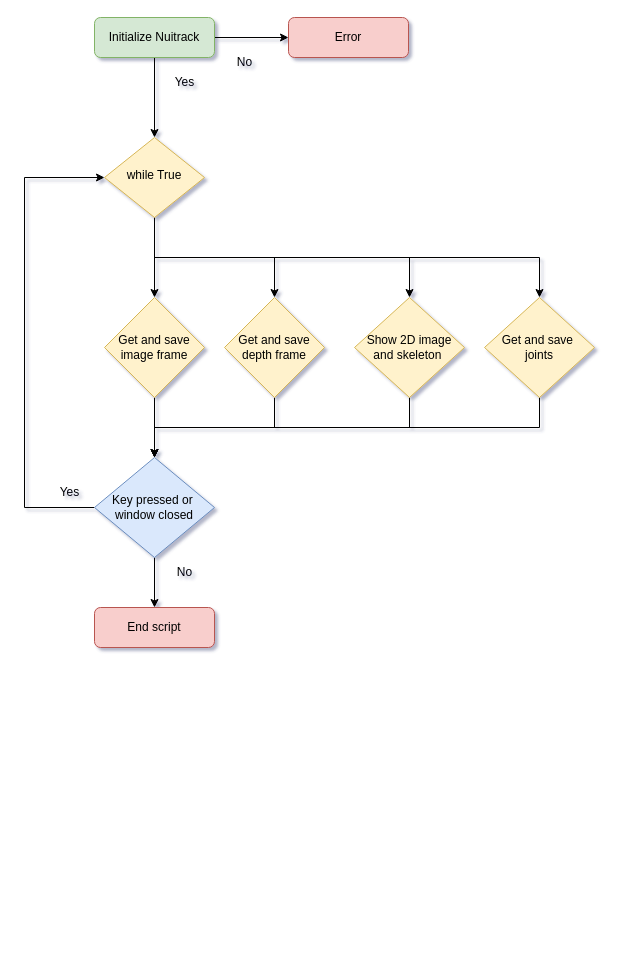
Above: diagrams/nuitrack_3D.drawio in talhabasit/pointclouds (draw.io), before the change. Source tidied: cells renumbered, new cells numbered last; positions are measured from the earlier drawing's top-left corner, leaving out a move shared by most shapes. Both pictures are drawn from the tidied source at 100%, with x=0, y=0 at pixel (24, 17).
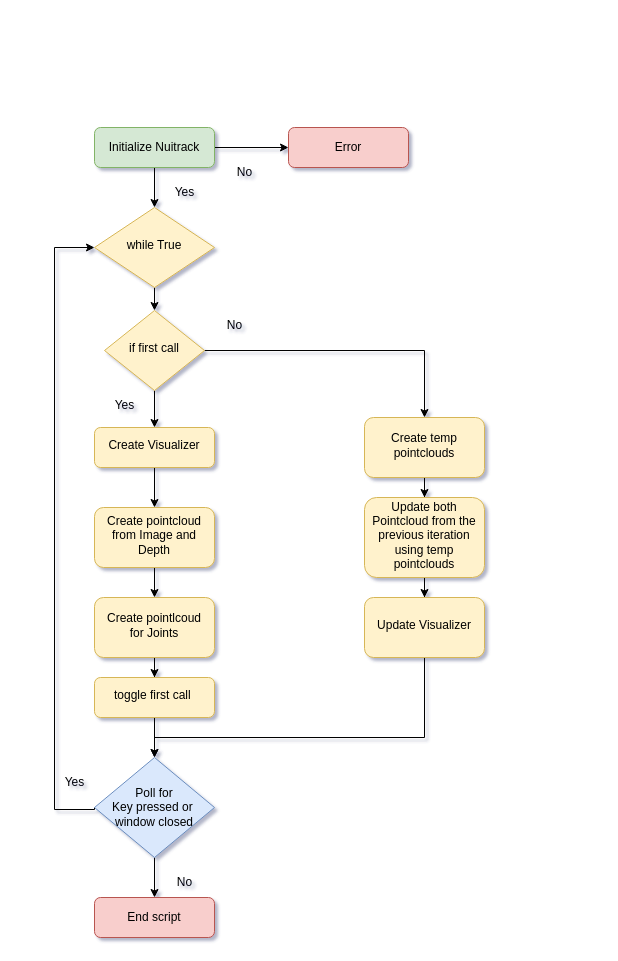
The same diagram, later.

The edit, as a diff of the source:
```diff
@@
-    <mxCell id="2" style="edgeStyle=orthogonalEdgeStyle;rounded=0;jettySize=auto;html=1;exitX=0.5;exitY=1;exitDx=0;exitDy=0;entryX=0.5;entryY=0;entryDx=0;entryDy=0;" parent="1" edge="1" source="4" target="9">
-      <mxGeometry relative="1" as="geometry" />
-    </mxCell>
@@
+    <mxCell id="27" style="edgeStyle=orthogonalEdgeStyle;rounded=0;jettySize=auto;html=1;exitX=0.5;exitY=1;exitDx=0;exitDy=0;entryX=0.5;entryY=0;entryDx=0;entryDy=0;" parent="1" edge="1" source="4" target="36">
+      <mxGeometry relative="1" as="geometry" />
+    </mxCell>
     <mxCell id="4" value="Initialize Nuitrack" style="rounded=1;whiteSpace=wrap;html=1;fontSize=12;glass=0;strokeWidth=1;shadow=0;fillColor=#d5e8d4;strokeColor=#82b366;" parent="1" vertex="1">
-      <mxGeometry x="70" width="120" height="40" as="geometry" />
+      <mxGeometry x="70" y="110" width="120" height="40" as="geometry" />
     </mxCell>
-    <mxCell id="5" style="edgeStyle=orthogonalEdgeStyle;rounded=0;jettySize=auto;html=1;exitX=0.5;exitY=1;exitDx=0;exitDy=0;entryX=0.5;entryY=0;entryDx=0;entryDy=0;" parent="1" edge="1" source="9" target="11">
-      <mxGeometry relative="1" as="geometry" />
-    </mxCell>
-    <mxCell id="6" style="edgeStyle=orthogonalEdgeStyle;rounded=0;jettySize=auto;html=1;exitX=0.5;exitY=1;exitDx=0;exitDy=0;entryX=0.5;entryY=0;entryDx=0;entryDy=0;" parent="1" edge="1" source="9" target="13">
-      <mxGeometry relative="1" as="geometry" />
-    </mxCell>
-    <mxCell id="7" style="edgeStyle=orthogonalEdgeStyle;rounded=0;jettySize=auto;html=1;exitX=0.5;exitY=1;exitDx=0;exitDy=0;entryX=0.5;entryY=0;entryDx=0;entryDy=0;" parent="1" edge="1" source="9" target="15">
-      <mxGeometry relative="1" as="geometry" />
-    </mxCell>
-    <mxCell id="8" style="edgeStyle=orthogonalEdgeStyle;rounded=0;jettySize=auto;html=1;exitX=0.5;exitY=1;exitDx=0;exitDy=0;entryX=0.5;entryY=0;entryDx=0;entryDy=0;" parent="1" edge="1" source="9" target="17">
-      <mxGeometry relative="1" as="geometry" />
-    </mxCell>
+    <mxCell id="28" style="edgeStyle=orthogonalEdgeStyle;rounded=0;jettySize=auto;html=1;" parent="1" edge="1" source="9" target="38">
+      <mxGeometry relative="1" as="geometry" />
+    </mxCell>
+    <mxCell id="29" style="edgeStyle=orthogonalEdgeStyle;rounded=0;jettySize=auto;html=1;exitX=1;exitY=0.5;exitDx=0;exitDy=0;entryX=0.5;entryY=0;entryDx=0;entryDy=0;" parent="1" edge="1" source="9" target="40">
+      <mxGeometry relative="1" as="geometry" />
+    </mxCell>
-    <mxCell id="9" value="while True" style="rhombus;whiteSpace=wrap;html=1;shadow=0;fontFamily=Helvetica;fontSize=12;align=center;strokeWidth=1;spacing=6;spacingTop=-4;fillColor=#fff2cc;strokeColor=#d6b656;" parent="1" vertex="1">
-      <mxGeometry x="80" y="120" width="100" height="80" as="geometry" />
+    <mxCell id="9" value="if first call" style="rhombus;whiteSpace=wrap;html=1;shadow=0;fontFamily=Helvetica;fontSize=12;align=center;strokeWidth=1;spacing=6;spacingTop=-4;fillColor=#fff2cc;strokeColor=#d6b656;" parent="1" vertex="1">
+      <mxGeometry x="80" y="293" width="100" height="80" as="geometry" />
     </mxCell>
-    <mxCell id="10" style="edgeStyle=orthogonalEdgeStyle;rounded=0;jettySize=auto;html=1;exitX=0.5;exitY=1;exitDx=0;exitDy=0;entryX=0.5;entryY=0;entryDx=0;entryDy=0;" parent="1" edge="1" source="11" target="20">
-      <mxGeometry relative="1" as="geometry" />
-    </mxCell>
-    <mxCell id="11" value="Get and save image frame" style="rhombus;whiteSpace=wrap;html=1;fillColor=#fff2cc;strokeColor=#d6b656;" parent="1" vertex="1">
-      <mxGeometry x="80" y="280" width="100" height="100" as="geometry" />
-    </mxCell>
-    <mxCell id="12" style="edgeStyle=orthogonalEdgeStyle;rounded=0;jettySize=auto;html=1;exitX=0.5;exitY=1;exitDx=0;exitDy=0;" parent="1" edge="1" source="13" target="20">
-      <mxGeometry relative="1" as="geometry" />
-    </mxCell>
-    <mxCell id="13" value="Get and save depth frame" style="rhombus;whiteSpace=wrap;html=1;fillColor=#fff2cc;strokeColor=#d6b656;" parent="1" vertex="1">
-      <mxGeometry x="200" y="280" width="100" height="100" as="geometry" />
-    </mxCell>
-    <mxCell id="14" style="edgeStyle=orthogonalEdgeStyle;rounded=0;jettySize=auto;html=1;exitX=0.5;exitY=1;exitDx=0;exitDy=0;entryX=0.5;entryY=0;entryDx=0;entryDy=0;" parent="1" edge="1" source="15" target="20">
-      <mxGeometry relative="1" as="geometry" />
-    </mxCell>
-    <mxCell id="15" value="Show 2D image and skeleton&amp;nbsp;" style="rhombus;whiteSpace=wrap;html=1;fillColor=#fff2cc;strokeColor=#d6b656;" parent="1" vertex="1">
-      <mxGeometry x="330" y="280" width="110" height="100" as="geometry" />
-    </mxCell>
-    <mxCell id="16" style="edgeStyle=orthogonalEdgeStyle;rounded=0;jettySize=auto;html=1;exitX=0.5;exitY=1;exitDx=0;exitDy=0;entryX=0.5;entryY=0;entryDx=0;entryDy=0;" parent="1" edge="1" source="17" target="20">
-      <mxGeometry relative="1" as="geometry" />
-    </mxCell>
-    <mxCell id="17" value="Get and save&amp;nbsp;&lt;br&gt;joints" style="rhombus;whiteSpace=wrap;html=1;fillColor=#fff2cc;strokeColor=#d6b656;" parent="1" vertex="1">
-      <mxGeometry x="460" y="280" width="110" height="100" as="geometry" />
-    </mxCell>
@@
-    <mxCell id="19" style="edgeStyle=orthogonalEdgeStyle;rounded=0;jettySize=auto;html=1;exitX=0;exitY=0.5;exitDx=0;exitDy=0;entryX=0;entryY=0.5;entryDx=0;entryDy=0;" parent="1" edge="1" source="20" target="9">
-      <mxGeometry relative="1" as="geometry">
-        <Array as="points">
-          <mxPoint y="490" />
-          <mxPoint y="160" />
-        </Array>
-      </mxGeometry>
-    </mxCell>
+    <mxCell id="30" style="edgeStyle=orthogonalEdgeStyle;rounded=0;jettySize=auto;html=1;exitX=0;exitY=0.5;exitDx=0;exitDy=0;entryX=0;entryY=0.5;entryDx=0;entryDy=0;" parent="1" edge="1" source="20" target="36">
+      <mxGeometry relative="1" as="geometry">
+        <Array as="points">
+          <mxPoint x="30" y="792" />
+          <mxPoint x="30" y="230" />
+        </Array>
+      </mxGeometry>
+    </mxCell>
-    <mxCell id="20" value="Key pressed or&amp;nbsp;&lt;br&gt;window closed" style="rhombus;whiteSpace=wrap;html=1;fillColor=#dae8fc;strokeColor=#6c8ebf;" parent="1" vertex="1">
-      <mxGeometry x="70" y="440" width="120" height="100" as="geometry" />
+    <mxCell id="20" value="Poll for &lt;br&gt;Key pressed or&amp;nbsp;&lt;br&gt;window closed" style="rhombus;whiteSpace=wrap;html=1;fillColor=#dae8fc;strokeColor=#6c8ebf;" parent="1" vertex="1">
+      <mxGeometry x="70" y="740" width="120" height="100" as="geometry" />
     </mxCell>
     <mxCell id="21" value="End script" style="rounded=1;whiteSpace=wrap;html=1;fontSize=12;glass=0;strokeWidth=1;shadow=0;fillColor=#f8cecc;strokeColor=#b85450;" parent="1" vertex="1">
-      <mxGeometry x="70" y="590" width="120" height="40" as="geometry" />
+      <mxGeometry x="70" y="880" width="120" height="40" as="geometry" />
     </mxCell>
     <mxCell id="22" value="Yes" style="text;html=1;align=center;verticalAlign=middle;strokeColor=none;fillColor=none;" parent="1" vertex="1">
-      <mxGeometry x="25" y="460" width="40" height="30" as="geometry" />
+      <mxGeometry x="30" y="750" width="40" height="30" as="geometry" />
     </mxCell>
     <mxCell id="23" value="No" style="text;html=1;align=center;verticalAlign=middle;strokeColor=none;fillColor=none;" parent="1" vertex="1">
-      <mxGeometry x="140" y="540" width="40" height="30" as="geometry" />
+      <mxGeometry x="140" y="850" width="40" height="30" as="geometry" />
     </mxCell>
     <mxCell id="24" value="Error" style="whiteSpace=wrap;html=1;fillColor=#f8cecc;strokeColor=#b85450;rounded=1;glass=0;strokeWidth=1;shadow=0;" parent="1" vertex="1">
-      <mxGeometry x="264" width="120" height="40" as="geometry" />
+      <mxGeometry x="264" y="110" width="120" height="40" as="geometry" />
     </mxCell>
     <mxCell id="25" value="Yes" style="text;html=1;align=center;verticalAlign=middle;strokeColor=none;fillColor=none;" parent="1" vertex="1">
-      <mxGeometry x="140" y="50" width="40" height="30" as="geometry" />
+      <mxGeometry x="140" y="160" width="40" height="30" as="geometry" />
     </mxCell>
     <mxCell id="26" value="No" style="text;html=1;align=center;verticalAlign=middle;strokeColor=none;fillColor=none;" parent="1" vertex="1">
-      <mxGeometry x="200" y="30" width="40" height="30" as="geometry" />
+      <mxGeometry x="200" y="140" width="40" height="30" as="geometry" />
     </mxCell>
+    <mxCell id="31" style="edgeStyle=orthogonalEdgeStyle;rounded=0;jettySize=auto;html=1;" parent="1" edge="1" source="32" target="34">
+      <mxGeometry relative="1" as="geometry" />
+    </mxCell>
+    <mxCell id="32" value="Create pointcloud from Image and Depth" style="rounded=1;whiteSpace=wrap;html=1;fillColor=#fff2cc;strokeColor=#d6b656;shadow=0;strokeWidth=1;spacing=6;spacingTop=-4;" parent="1" vertex="1">
+      <mxGeometry x="70" y="490" width="120" height="60" as="geometry" />
+    </mxCell>
+    <mxCell id="33" style="edgeStyle=orthogonalEdgeStyle;rounded=0;jettySize=auto;html=1;" parent="1" edge="1" source="34" target="48">
+      <mxGeometry relative="1" as="geometry" />
+    </mxCell>
+    <mxCell id="34" value="Create pointlcoud for Joints" style="rounded=1;whiteSpace=wrap;html=1;fillColor=#fff2cc;strokeColor=#d6b656;shadow=0;strokeWidth=1;spacing=6;spacingTop=-4;" parent="1" vertex="1">
+      <mxGeometry x="70" y="580" width="120" height="60" as="geometry" />
+    </mxCell>
+    <mxCell id="35" style="edgeStyle=orthogonalEdgeStyle;rounded=0;jettySize=auto;html=1;exitX=0.5;exitY=1;exitDx=0;exitDy=0;entryX=0.5;entryY=0;entryDx=0;entryDy=0;" parent="1" edge="1" source="36" target="9">
+      <mxGeometry relative="1" as="geometry" />
+    </mxCell>
+    <mxCell id="36" value="while True" style="rhombus;whiteSpace=wrap;html=1;shadow=0;fontFamily=Helvetica;fontSize=12;align=center;strokeWidth=1;spacing=6;spacingTop=-4;fillColor=#fff2cc;strokeColor=#d6b656;" parent="1" vertex="1">
+      <mxGeometry x="70" y="190" width="120" height="80" as="geometry" />
+    </mxCell>
+    <mxCell id="37" style="edgeStyle=orthogonalEdgeStyle;rounded=0;jettySize=auto;html=1;exitX=0.5;exitY=1;exitDx=0;exitDy=0;entryX=0.5;entryY=0;entryDx=0;entryDy=0;" parent="1" edge="1" source="38" target="32">
+      <mxGeometry relative="1" as="geometry" />
+    </mxCell>
+    <mxCell id="38" value="Create Visualizer" style="rounded=1;whiteSpace=wrap;html=1;fillColor=#fff2cc;strokeColor=#d6b656;shadow=0;strokeWidth=1;spacing=6;spacingTop=-4;" parent="1" vertex="1">
+      <mxGeometry x="70" y="410" width="120" height="40" as="geometry" />
+    </mxCell>
+    <mxCell id="39" style="edgeStyle=orthogonalEdgeStyle;rounded=0;jettySize=auto;html=1;" parent="1" edge="1" source="40" target="42">
+      <mxGeometry relative="1" as="geometry" />
+    </mxCell>
+    <mxCell id="40" value="Create temp pointclouds" style="rounded=1;whiteSpace=wrap;html=1;fillColor=#fff2cc;strokeColor=#d6b656;shadow=0;strokeWidth=1;spacing=6;spacingTop=-4;" parent="1" vertex="1">
+      <mxGeometry x="340" y="400" width="120" height="60" as="geometry" />
+    </mxCell>
+    <mxCell id="41" style="edgeStyle=orthogonalEdgeStyle;rounded=0;jettySize=auto;html=1;" parent="1" edge="1" source="42" target="44">
+      <mxGeometry relative="1" as="geometry" />
+    </mxCell>
+    <mxCell id="42" value="Update both Pointcloud from the previous iteration using temp pointclouds" style="rounded=1;whiteSpace=wrap;html=1;fillColor=#fff2cc;strokeColor=#d6b656;shadow=0;strokeWidth=1;spacing=6;spacingTop=-4;" parent="1" vertex="1">
+      <mxGeometry x="340" y="480" width="120" height="80" as="geometry" />
+    </mxCell>
+    <mxCell id="43" style="edgeStyle=orthogonalEdgeStyle;rounded=0;jettySize=auto;html=1;exitX=0.5;exitY=1;exitDx=0;exitDy=0;entryX=0.5;entryY=0;entryDx=0;entryDy=0;" parent="1" edge="1" source="44" target="20">
+      <mxGeometry relative="1" as="geometry">
+        <Array as="points">
+          <mxPoint x="400" y="720" />
+          <mxPoint x="130" y="720" />
+        </Array>
+      </mxGeometry>
+    </mxCell>
+    <mxCell id="44" value="Update Visualizer" style="whiteSpace=wrap;html=1;fillColor=#fff2cc;strokeColor=#d6b656;rounded=1;shadow=0;strokeWidth=1;spacing=6;spacingTop=-4;" parent="1" vertex="1">
+      <mxGeometry x="340" y="580" width="120" height="60" as="geometry" />
+    </mxCell>
+    <mxCell id="45" value="No" style="text;html=1;align=center;verticalAlign=middle;strokeColor=none;fillColor=none;" parent="1" vertex="1">
+      <mxGeometry x="190" y="293" width="40" height="30" as="geometry" />
+    </mxCell>
+    <mxCell id="46" value="Yes" style="text;html=1;align=center;verticalAlign=middle;strokeColor=none;fillColor=none;" parent="1" vertex="1">
+      <mxGeometry x="80" y="373" width="40" height="30" as="geometry" />
+    </mxCell>
+    <mxCell id="47" style="edgeStyle=orthogonalEdgeStyle;rounded=0;jettySize=auto;html=1;exitX=0.5;exitY=1;exitDx=0;exitDy=0;entryX=0.5;entryY=0;entryDx=0;entryDy=0;" parent="1" edge="1" source="48" target="20">
+      <mxGeometry relative="1" as="geometry" />
+    </mxCell>
+    <mxCell id="48" value="toggle first call&amp;nbsp;" style="whiteSpace=wrap;html=1;fillColor=#fff2cc;strokeColor=#d6b656;rounded=1;shadow=0;strokeWidth=1;spacing=6;spacingTop=-4;" parent="1" vertex="1">
+      <mxGeometry x="70" y="660" width="120" height="40" as="geometry" />
+    </mxCell>
```
